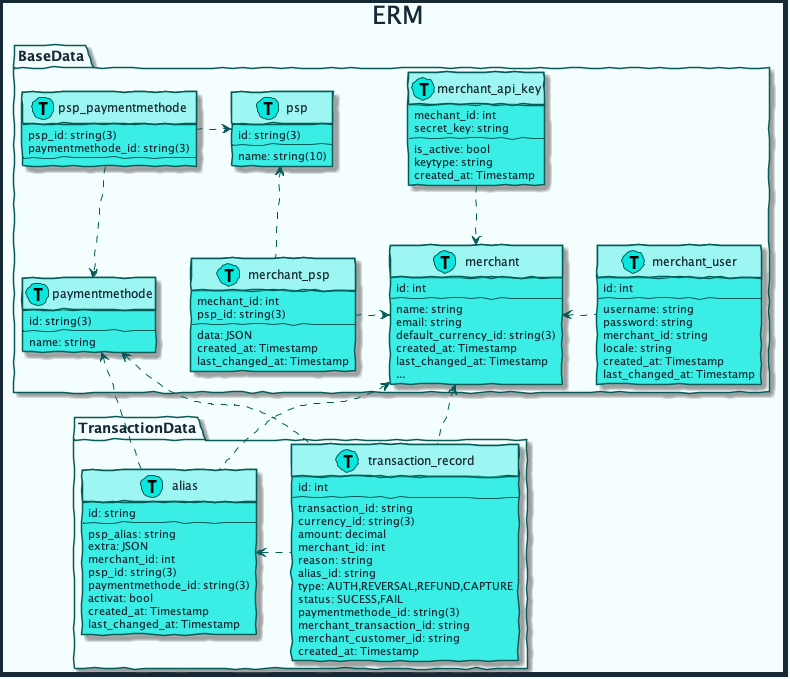
Before: diagrams/out/erm.png, a diagram exported from PlantUML (mobilabsolutions/stash-sdk-wiki).
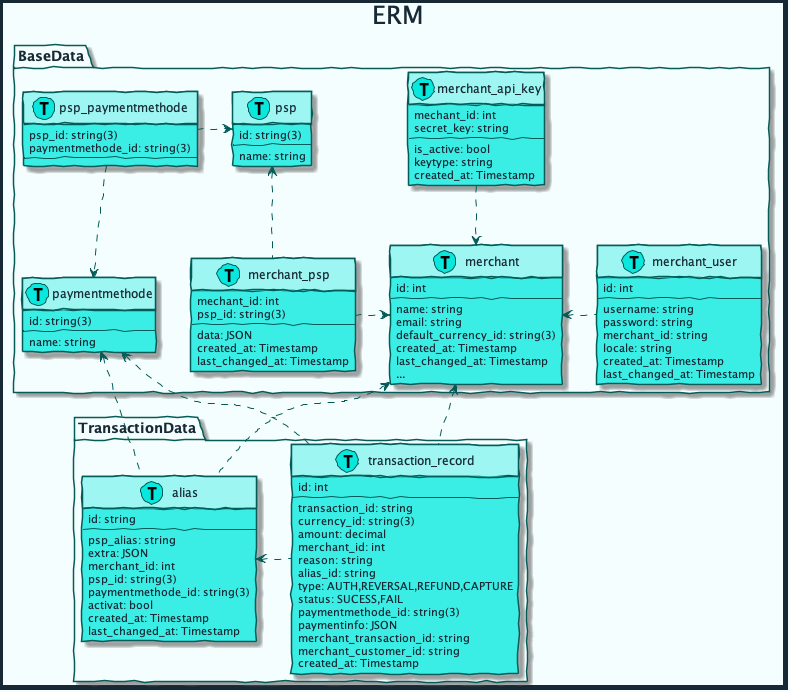
The same diagram one commit later.

The edit, as a diff of the source:
```diff
@@ -51,7 +51,7 @@
     class psp << (T, #08E8DE) >>{
         id: string(3)
         --
-        name: string(10)
+        name: string
     }
 
     class paymentmethode << (T, #08E8DE) >>{
@@ -140,6 +140,7 @@
         type: AUTH,REVERSAL,REFUND,CAPTURE
         status: SUCESS,FAIL
         paymentmethode_id: string(3)
+        paymentinfo: JSON
         merchant_transaction_id: string
         merchant_customer_id: string
         created_at: Timestamp
```
